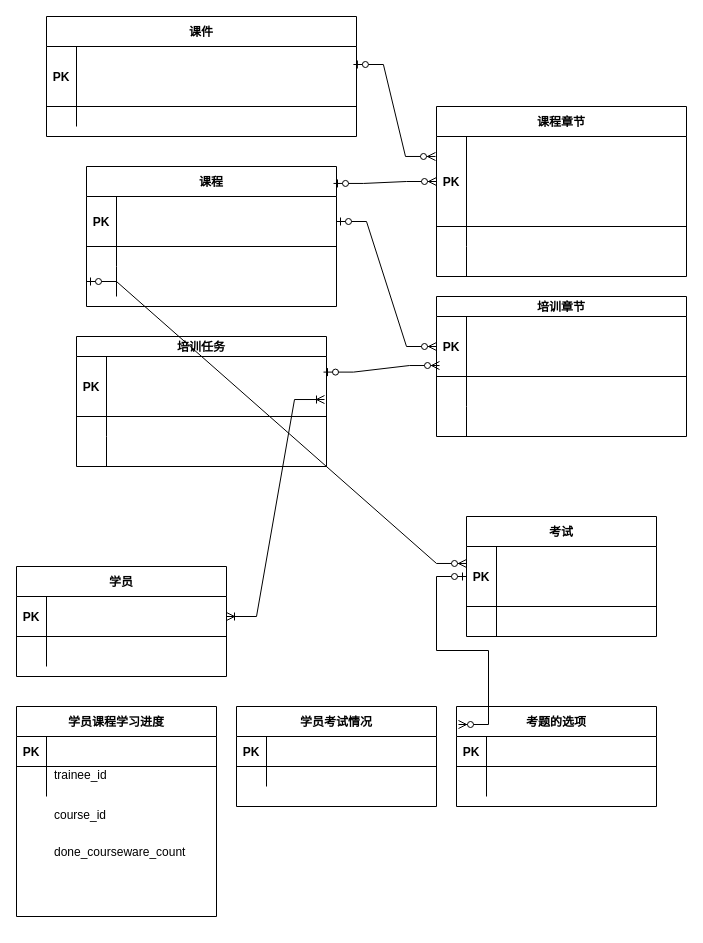
jasonTong1/diagram keeps this draw.io diagram as education.drawio. Above is the earlier version. Source tidied: cells renumbered, new cells numbered last; positions are measured from the earlier drawing's top-left corner, leaving out a move shared by most shapes. Both pictures are drawn from the tidied source at 100%, with x=0, y=0 at pixel (16, 16).
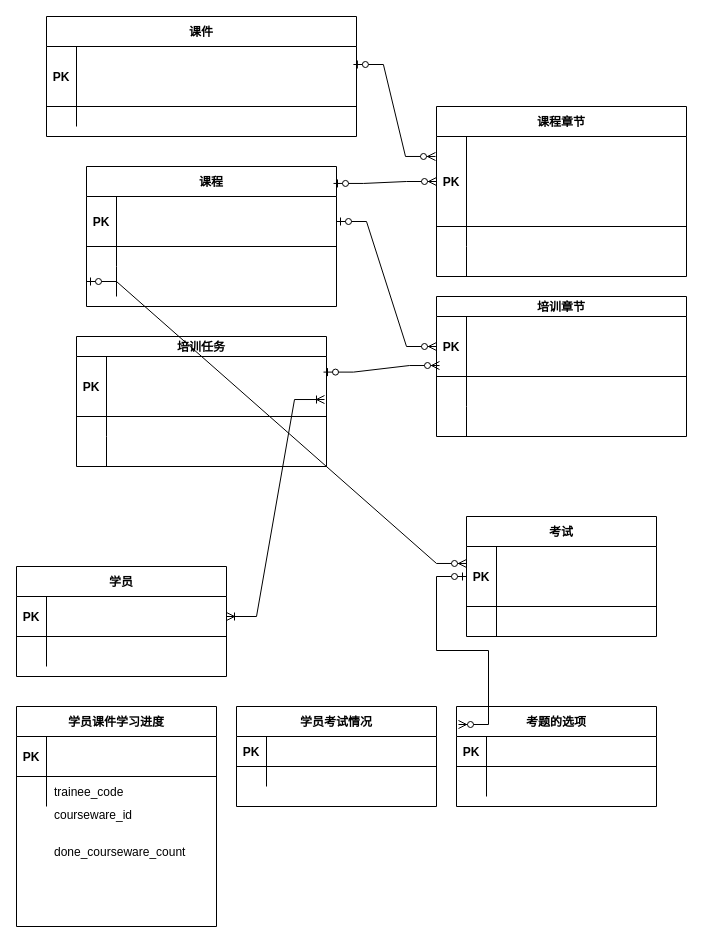
Above is the later version.

Diff of the diagram source:
```diff
@@
-    <mxCell id="65" value="学员课程学习进度" style="shape=table;startSize=30;childLayout=tableLayout;rowLines=0;fontStyle=1;align=center;" parent="1" vertex="1">
-      <mxGeometry y="690" width="200" height="210" as="geometry" />
+    <mxCell id="65" value="学员课件学习进度" style="shape=table;startSize=30;childLayout=tableLayout;rowLines=0;fontStyle=1;align=center;" parent="1" vertex="1">
+      <mxGeometry y="690" width="200" height="220" as="geometry" />
     </mxCell>
     <mxCell id="66" style="shape=partialRectangle;fillColor=none;top=0;left=0;right=0;bottom=1;" parent="65" vertex="1">
-      <mxGeometry y="30" width="200" height="30" as="geometry" />
+      <mxGeometry y="30" width="200" height="40" as="geometry" />
     </mxCell>
     <mxCell id="67" value="PK" style="shape=partialRectangle;overflow=hidden;fillColor=none;top=0;left=0;bottom=0;right=0;fontStyle=1;" parent="66" vertex="1">
-      <mxGeometry width="30" height="30" as="geometry" />
+      <mxGeometry width="30" height="40" as="geometry" />
     </mxCell>
     <mxCell id="68" style="shape=partialRectangle;overflow=hidden;fillColor=none;top=0;left=0;bottom=0;right=0;align=left;spacingLeft=6;fontStyle=5;" parent="66" vertex="1">
-      <mxGeometry x="30" width="170" height="30" as="geometry" />
+      <mxGeometry x="30" width="170" height="40" as="geometry" />
     </mxCell>
     <mxCell id="69" style="shape=partialRectangle;fillColor=none;top=0;left=0;right=0;bottom=0;" parent="65" vertex="1">
-      <mxGeometry y="60" width="200" height="30" as="geometry" />
+      <mxGeometry y="70" width="200" height="30" as="geometry" />
     </mxCell>
@@
-    <mxCell id="71" value="trainee_id&#10;" style="shape=partialRectangle;overflow=hidden;fillColor=none;top=0;left=0;bottom=0;right=0;align=left;spacingLeft=6;" parent="69" vertex="1">
+    <mxCell id="71" value="trainee_code" style="shape=partialRectangle;overflow=hidden;fillColor=none;top=0;left=0;bottom=0;right=0;align=left;spacingLeft=6;" parent="69" vertex="1">
       <mxGeometry x="30" width="170" height="30" as="geometry" />
     </mxCell>
@@
-    <mxCell id="91" value="course_id&#10;" style="shape=partialRectangle;overflow=hidden;fillColor=none;top=0;left=0;bottom=0;right=0;align=left;spacingLeft=6;" parent="1" vertex="1">
+    <mxCell id="91" value="courseware_id&#10;" style="shape=partialRectangle;overflow=hidden;fillColor=none;top=0;left=0;bottom=0;right=0;align=left;spacingLeft=6;" parent="1" vertex="1">
       <mxGeometry x="30" y="790" width="170" height="30" as="geometry" />
     </mxCell>
```
